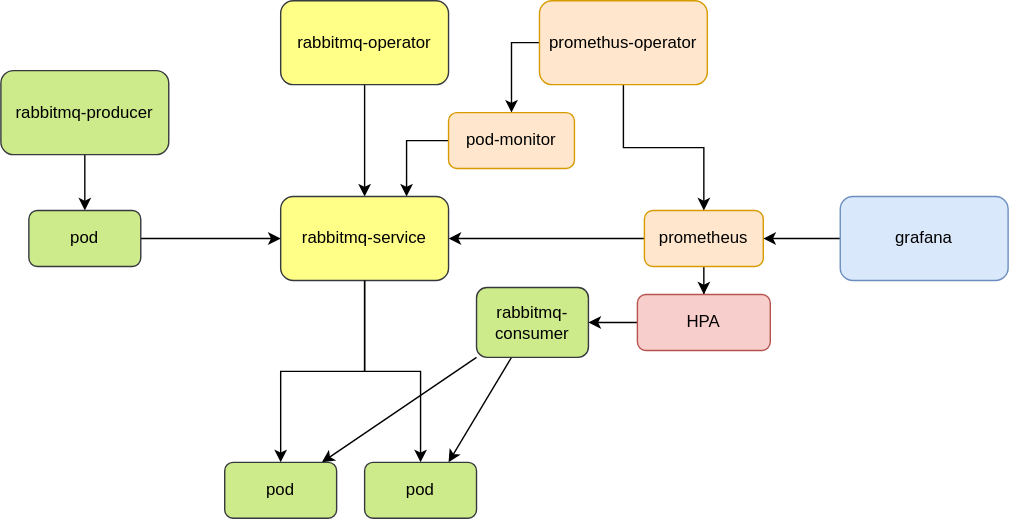
This is autoscaler/hpa/custom-metrics/diagram.drawio.svg from nakamasato/kubernetes-training, a draw.io export, as it was before one commit. Source tidied: cells renumbered, new cells last; positions are measured from the earlier drawing's top-left corner, leaving out a move shared by most shapes.
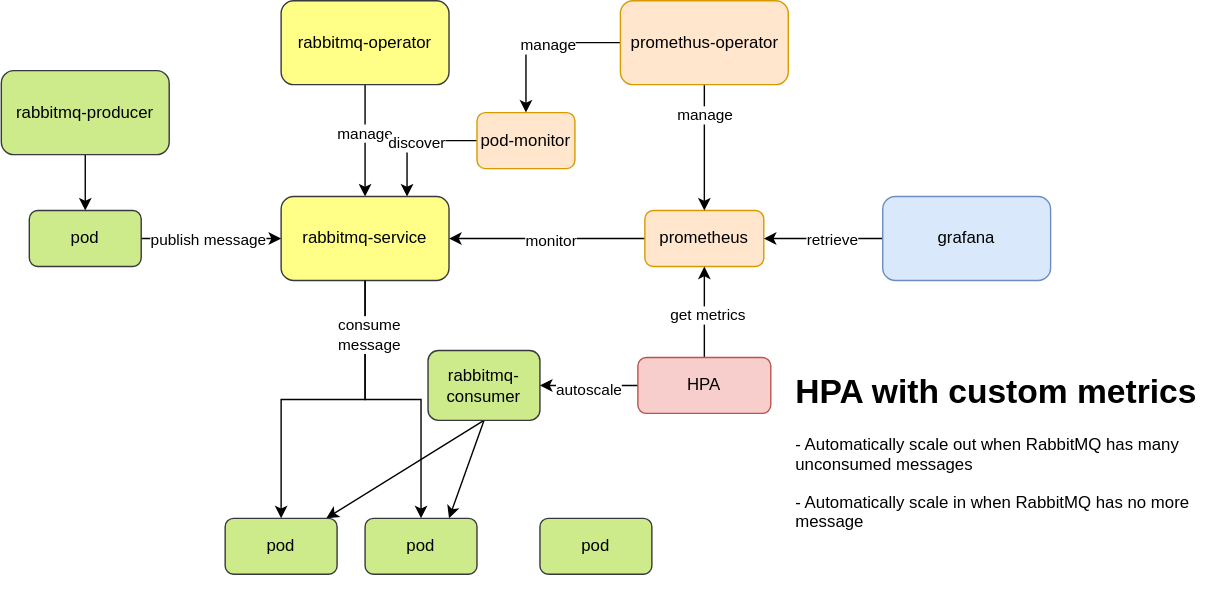
The same diagram one commit later.

What changed in the source:
```diff
@@ -5,6 +5,9 @@
     <mxCell id="2" style="edgeStyle=orthogonalEdgeStyle;rounded=0;jettySize=auto;html=1;" parent="1" edge="1" source="3" target="5">
       <mxGeometry relative="1" as="geometry" />
     </mxCell>
+    <mxCell id="28" value="manage" style="edgeLabel;html=1;align=center;verticalAlign=middle;" parent="2" vertex="1">
+      <mxGeometry x="-0.15" y="-1" relative="1" as="geometry" />
+    </mxCell>
     <mxCell id="3" value="rabbitmq-operator" style="rounded=1;whiteSpace=wrap;html=1;fillColor=#ffff88;strokeColor=#36393d;" parent="1" vertex="1">
       <mxGeometry x="200" width="120" height="60" as="geometry" />
     </mxCell>
@@ -14,14 +17,14 @@
     <mxCell id="5" value="rabbitmq-service" style="rounded=1;whiteSpace=wrap;html=1;fillColor=#ffff88;strokeColor=#36393d;" parent="1" vertex="1">
       <mxGeometry x="200" y="140" width="120" height="60" as="geometry" />
     </mxCell>
-    <mxCell id="6" style="rounded=0;jettySize=auto;html=1;exitX=0;exitY=1;exitDx=0;exitDy=0;" parent="1" edge="1" source="8" target="26">
+    <mxCell id="6" style="rounded=0;jettySize=auto;html=1;exitX=0.5;exitY=1;exitDx=0;exitDy=0;" parent="1" edge="1" source="8" target="26">
       <mxGeometry relative="1" as="geometry" />
     </mxCell>
-    <mxCell id="7" style="edgeStyle=none;rounded=0;jettySize=auto;html=1;entryX=0.75;entryY=0;entryDx=0;entryDy=0;" parent="1" edge="1" source="8" target="25">
+    <mxCell id="7" style="edgeStyle=none;rounded=0;jettySize=auto;html=1;entryX=0.75;entryY=0;entryDx=0;entryDy=0;exitX=0.5;exitY=1;exitDx=0;exitDy=0;" parent="1" edge="1" source="8" target="25">
       <mxGeometry relative="1" as="geometry" />
     </mxCell>
     <mxCell id="8" value="rabbitmq-consumer" style="rounded=1;whiteSpace=wrap;html=1;fillColor=#cdeb8b;strokeColor=#36393d;" parent="1" vertex="1">
-      <mxGeometry x="340" y="205" width="80" height="50" as="geometry" />
+      <mxGeometry x="305" y="250" width="80" height="50" as="geometry" />
     </mxCell>
     <mxCell id="9" style="edgeStyle=orthogonalEdgeStyle;rounded=0;jettySize=auto;html=1;" parent="1" edge="1" source="10" target="24">
       <mxGeometry relative="1" as="geometry" />
@@ -32,24 +35,30 @@
     <mxCell id="11" style="edgeStyle=orthogonalEdgeStyle;rounded=0;jettySize=auto;html=1;" parent="1" edge="1" source="13" target="5">
       <mxGeometry relative="1" as="geometry" />
     </mxCell>
-    <mxCell id="12" style="edgeStyle=orthogonalEdgeStyle;rounded=0;jettySize=auto;html=1;" parent="1" edge="1" source="13" target="22">
-      <mxGeometry relative="1" as="geometry" />
-    </mxCell>
+    <mxCell id="29" value="monitor" style="edgeLabel;html=1;align=center;verticalAlign=middle;" parent="11" vertex="1">
+      <mxGeometry x="-0.03" y="1" relative="1" as="geometry" />
+    </mxCell>
     <mxCell id="13" value="prometheus" style="whiteSpace=wrap;html=1;rounded=1;fillColor=#ffe6cc;strokeColor=#d79b00;" parent="1" vertex="1">
       <mxGeometry x="460" y="150" width="85" height="40" as="geometry" />
     </mxCell>
     <mxCell id="14" style="edgeStyle=orthogonalEdgeStyle;rounded=0;jettySize=auto;html=1;" parent="1" edge="1" source="16" target="13">
       <mxGeometry relative="1" as="geometry" />
     </mxCell>
+    <mxCell id="30" value="manage" style="edgeLabel;html=1;align=center;verticalAlign=middle;" parent="14" vertex="1">
+      <mxGeometry x="-0.54" relative="1" as="geometry" />
+    </mxCell>
     <mxCell id="15" style="edgeStyle=orthogonalEdgeStyle;rounded=0;jettySize=auto;html=1;entryX=0.5;entryY=0;entryDx=0;entryDy=0;" parent="1" edge="1" source="16" target="18">
       <mxGeometry relative="1" as="geometry">
         <Array as="points">
-          <mxPoint x="365" y="30" />
+          <mxPoint x="375" y="30" />
         </Array>
       </mxGeometry>
     </mxCell>
+    <mxCell id="31" value="manage" style="edgeLabel;html=1;align=center;verticalAlign=middle;" parent="15" vertex="1">
+      <mxGeometry x="-0.11" y="1" relative="1" as="geometry" />
+    </mxCell>
     <mxCell id="16" value="promethus-operator" style="rounded=1;whiteSpace=wrap;html=1;fillColor=#ffe6cc;strokeColor=#d79b00;" parent="1" vertex="1">
-      <mxGeometry x="385" width="120" height="60" as="geometry" />
+      <mxGeometry x="442.5" width="120" height="60" as="geometry" />
     </mxCell>
     <mxCell id="17" style="edgeStyle=orthogonalEdgeStyle;rounded=0;jettySize=auto;html=1;entryX=0.75;entryY=0;entryDx=0;entryDy=0;exitX=0;exitY=0.5;exitDx=0;exitDy=0;" parent="1" edge="1" source="18" target="5">
       <mxGeometry relative="1" as="geometry">
@@ -58,35 +67,64 @@
         </Array>
       </mxGeometry>
     </mxCell>
+    <mxCell id="32" value="discover" style="edgeLabel;html=1;align=center;verticalAlign=middle;" parent="17" vertex="1">
+      <mxGeometry x="-0.03" y="1" relative="1" as="geometry" />
+    </mxCell>
     <mxCell id="18" value="pod-monitor" style="rounded=1;whiteSpace=wrap;html=1;fillColor=#ffe6cc;strokeColor=#d79b00;" parent="1" vertex="1">
-      <mxGeometry x="320" y="80" width="90" height="40" as="geometry" />
+      <mxGeometry x="340" y="80" width="70" height="40" as="geometry" />
     </mxCell>
     <mxCell id="19" style="edgeStyle=orthogonalEdgeStyle;rounded=0;jettySize=auto;html=1;" parent="1" edge="1" source="20" target="13">
       <mxGeometry relative="1" as="geometry" />
     </mxCell>
+    <mxCell id="33" value="retrieve" style="edgeLabel;html=1;align=center;verticalAlign=middle;" parent="19" vertex="1">
+      <mxGeometry x="-0.13" relative="1" as="geometry" />
+    </mxCell>
     <mxCell id="20" value="grafana" style="whiteSpace=wrap;html=1;rounded=1;fillColor=#dae8fc;strokeColor=#6c8ebf;" parent="1" vertex="1">
-      <mxGeometry x="600" y="140" width="120" height="60" as="geometry" />
+      <mxGeometry x="630" y="140" width="120" height="60" as="geometry" />
     </mxCell>
     <mxCell id="21" style="edgeStyle=orthogonalEdgeStyle;rounded=0;jettySize=auto;html=1;" parent="1" edge="1" source="22" target="8">
       <mxGeometry relative="1" as="geometry" />
     </mxCell>
+    <mxCell id="34" value="autoscale" style="edgeLabel;html=1;align=center;verticalAlign=middle;" parent="21" vertex="1">
+      <mxGeometry x="0.03" y="2" relative="1" as="geometry" />
+    </mxCell>
+    <mxCell id="35" style="edgeStyle=orthogonalEdgeStyle;rounded=0;jettySize=auto;html=1;" parent="1" edge="1" source="22" target="13">
+      <mxGeometry relative="1" as="geometry" />
+    </mxCell>
+    <mxCell id="36" value="get metrics" style="edgeLabel;html=1;align=center;verticalAlign=middle;" parent="35" vertex="1">
+      <mxGeometry x="-0.05" y="-1" relative="1" as="geometry">
+        <mxPoint x="1" as="offset" />
+      </mxGeometry>
+    </mxCell>
     <mxCell id="22" value="HPA" style="whiteSpace=wrap;html=1;rounded=1;fillColor=#f8cecc;strokeColor=#b85450;" parent="1" vertex="1">
-      <mxGeometry x="455" y="210" width="95" height="40" as="geometry" />
+      <mxGeometry x="455" y="255" width="95" height="40" as="geometry" />
     </mxCell>
     <mxCell id="23" style="edgeStyle=orthogonalEdgeStyle;rounded=0;jettySize=auto;html=1;" parent="1" edge="1" source="24" target="5">
       <mxGeometry relative="1" as="geometry" />
     </mxCell>
+    <mxCell id="37" value="publish message" style="edgeLabel;html=1;align=center;verticalAlign=middle;" parent="23" vertex="1">
+      <mxGeometry x="-0.06" relative="1" as="geometry" />
+    </mxCell>
     <mxCell id="24" value="pod" style="rounded=1;whiteSpace=wrap;html=1;fillColor=#cdeb8b;strokeColor=#36393d;" parent="1" vertex="1">
       <mxGeometry x="20" y="150" width="80" height="40" as="geometry" />
     </mxCell>
     <mxCell id="25" value="pod" style="rounded=1;whiteSpace=wrap;html=1;fillColor=#cdeb8b;strokeColor=#36393d;" parent="1" vertex="1">
-      <mxGeometry x="260" y="330" width="80" height="40" as="geometry" />
+      <mxGeometry x="260" y="370" width="80" height="40" as="geometry" />
     </mxCell>
     <mxCell id="26" value="pod" style="rounded=1;whiteSpace=wrap;html=1;fillColor=#cdeb8b;strokeColor=#36393d;" parent="1" vertex="1">
-      <mxGeometry x="160" y="330" width="80" height="40" as="geometry" />
+      <mxGeometry x="160" y="370" width="80" height="40" as="geometry" />
     </mxCell>
     <mxCell id="27" style="edgeStyle=orthogonalEdgeStyle;rounded=0;jettySize=auto;html=1;entryX=0.5;entryY=0;entryDx=0;entryDy=0;" parent="1" edge="1" source="5" target="26">
       <mxGeometry relative="1" as="geometry" />
     </mxCell>
+    <mxCell id="38" value="consume&lt;br&gt;message" style="edgeLabel;html=1;align=center;verticalAlign=middle;" parent="27" vertex="1">
+      <mxGeometry x="-0.67" y="2" relative="1" as="geometry" />
+    </mxCell>
+    <mxCell id="39" value="pod" style="rounded=1;whiteSpace=wrap;html=1;fillColor=#cdeb8b;strokeColor=#36393d;" parent="1" vertex="1">
+      <mxGeometry x="385" y="370" width="80" height="40" as="geometry" />
+    </mxCell>
+    <mxCell id="40" value="&lt;h1&gt;HPA with custom metrics&lt;/h1&gt;&lt;p&gt;- Automatically scale out when RabbitMQ has many unconsumed messages&lt;/p&gt;&lt;p&gt;- Automatically scale in when RabbitMQ has no more message&lt;/p&gt;" style="text;html=1;strokeColor=none;fillColor=none;spacing=5;spacingTop=-20;whiteSpace=wrap;overflow=hidden;rounded=0;" parent="1" vertex="1">
+      <mxGeometry x="562.5" y="260" width="315" height="160" as="geometry" />
+    </mxCell>
   </root>
 </mxGraphModel>
```
